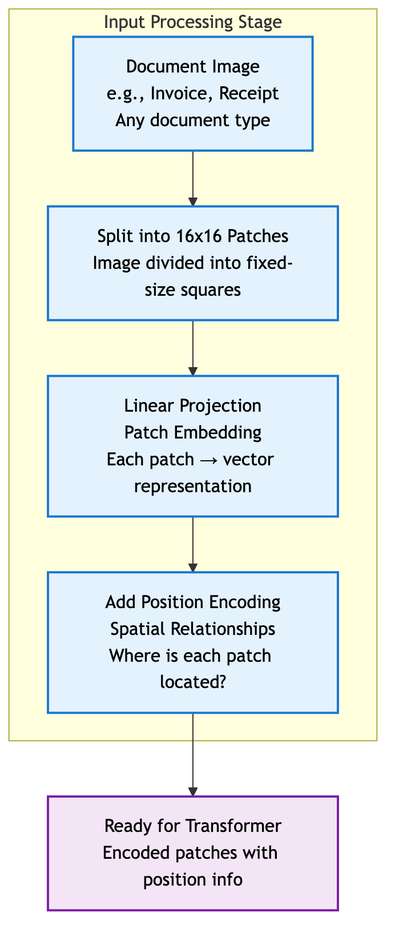
tmnestor/unified_vision_processor_minimal keeps this Mermaid diagram as presentation_materials/presentation_diagrams/mermaid_exports/ViT_Input_Processing.png. Above is the earlier version. Its source is kept beside it as presentation_materials/presentation_diagrams/mermaid_exports/ViT_Input_Processing.mmd.
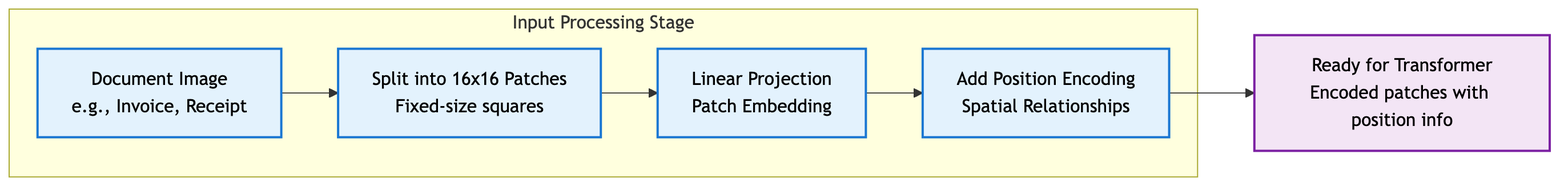
Later version of the same file.

Commit message:
✨ feat: update ViT diagrams for input processing, language generation, and transformer stack with improved clarity and structure

The edit, as a diff of the source:
```diff
@@ -1,8 +1,6 @@
-graph TB
+graph LR
     subgraph input ["Input Processing Stage"]
-        A[Document Image<br/>e.g., Invoice, Receipt<br/>Any document type] --> B[Split into 16x16 Patches<br/>Image divided into fixed-size squares]
-        B --> C[Linear Projection<br/>Patch Embedding<br/>Each patch → vector representation]
-        C --> D[Add Position Encoding<br/>Spatial Relationships<br/>Where is each patch located?]
+        A[Document Image<br/>e.g., Invoice, Receipt] --> B[Split into 16x16 Patches<br/>Fixed-size squares] --> C[Linear Projection<br/>Patch Embedding] --> D[Add Position Encoding<br/>Spatial Relationships]
     end
 
     D --> E[Ready for Transformer<br/>Encoded patches with position info]
```
